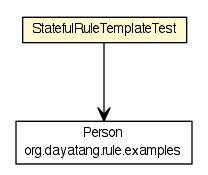
Before: dddlib-rule-engine/testapidocs/org/dayatang/rule/StatefulRuleTemplateTest.png, a diagram exported from Graphviz (dayatang/dddlib). Its source is kept beside it as dddlib-rule-engine/testapidocs/org/dayatang/rule/StatefulRuleTemplateTest.dot.
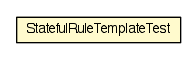
The same file after the commit.

Change to the diagram source:
```diff
@@ -4,16 +4,9 @@
 	node [fontname="Helvetica",fontsize=10,shape=plaintext];
 	nodesep=0.25;
 	ranksep=0.5;
-	c126 [label=<<table title="org.dayatang.rule.examples.Person" border="0" cellborder="1" cellspacing="0" cellpadding="2" port="p" href="./examples/Person.html">
-		<tr><td><table border="0" cellspacing="0" cellpadding="1">
-<tr><td align="center" balign="center"> Person </td></tr>
-<tr><td align="center" balign="center"> org.dayatang.rule.examples </td></tr>
-		</table></td></tr>
-		</table>>, URL="./examples/Person.html", fontname="Helvetica", fontcolor="black", fontsize=10.0];
-	c132 [label=<<table title="org.dayatang.rule.StatefulRuleTemplateTest" border="0" cellborder="1" cellspacing="0" cellpadding="2" port="p" bgcolor="lemonChiffon" href="./StatefulRuleTemplateTest.html">
+	c126 [label=<<table title="org.dayatang.rule.StatefulRuleTemplateTest" border="0" cellborder="1" cellspacing="0" cellpadding="2" port="p" bgcolor="lemonChiffon" href="./StatefulRuleTemplateTest.html">
 		<tr><td><table border="0" cellspacing="0" cellpadding="1">
 <tr><td align="center" balign="center"> StatefulRuleTemplateTest </td></tr>
 		</table></td></tr>
 		</table>>, URL="./StatefulRuleTemplateTest.html", fontname="Helvetica", fontcolor="black", fontsize=10.0];
-	c132:p -> c126:p [taillabel="", label=" "headlabel="", fontname="Helvetica", fontcolor="black", fontsize=10.0, color="black", arrowhead=open];
 }
```
